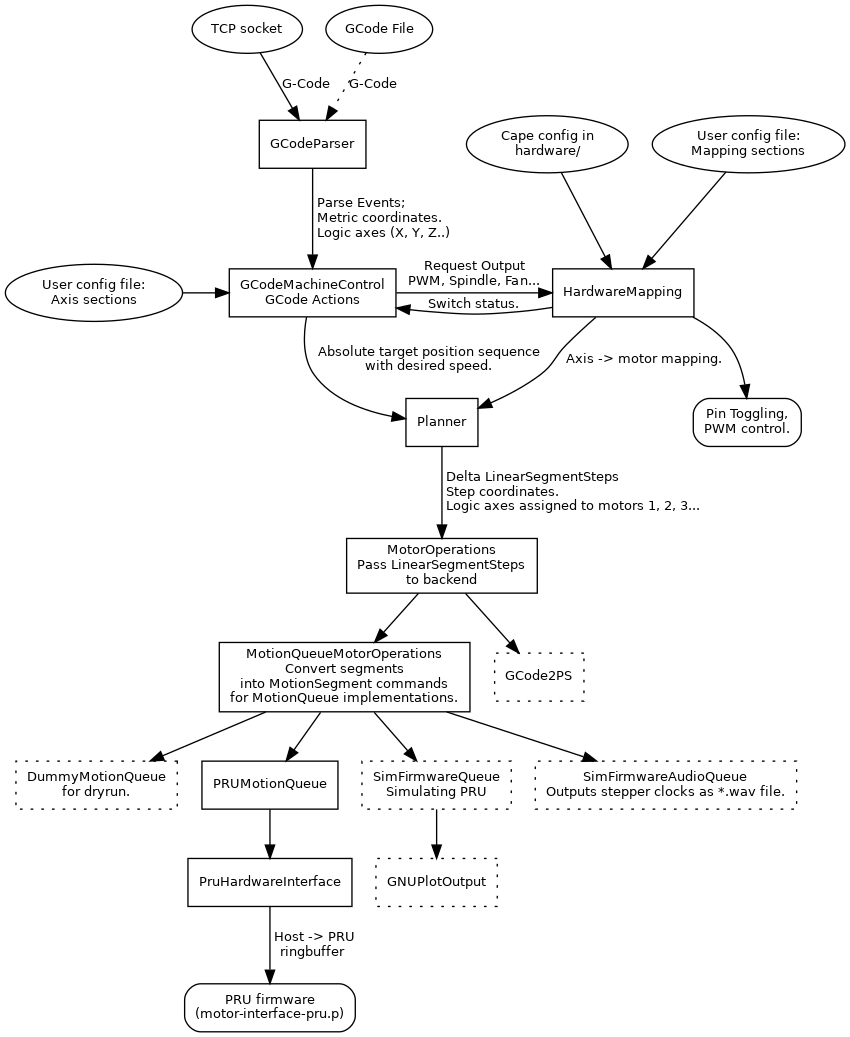
hzeller/beagleg keeps this Graphviz diagram as img/machine-control.png. Above is the earlier version. Its source is kept beside it as img/machine-control.dot.
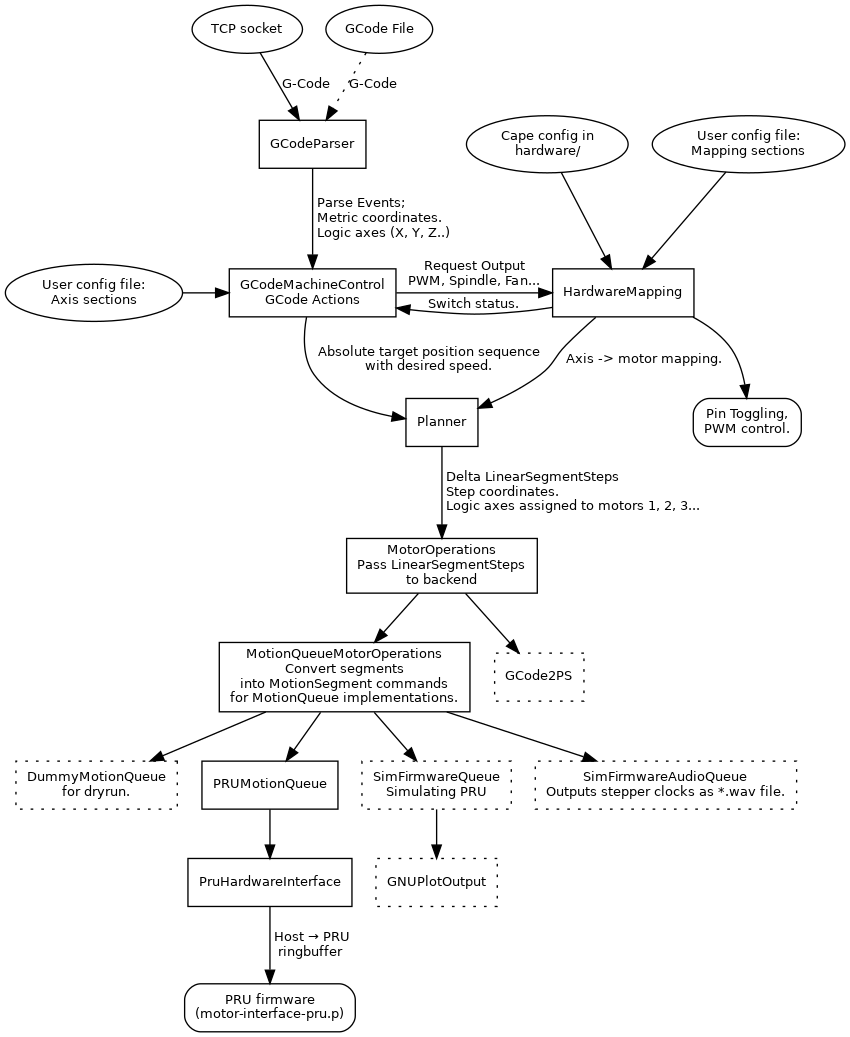
After the change.

Commit message:
Use a nicer arrow in graphviz label.

The edit, as a diff of the source:
```diff
@@ -57,7 +57,7 @@
 		MotionQueueMotorOperations -> DummyMotionQueue;
 		MotorOperations -> GCode2PS;
 		PRUMotionQueue -> PruHardwareInterface;
-		PruHardwareInterface -> PRU [ label = " Host -> PRU\lringbuffer"];
+		PruHardwareInterface -> PRU [ label = " Host → PRU\lringbuffer"];
 	}
 
 	{
```
